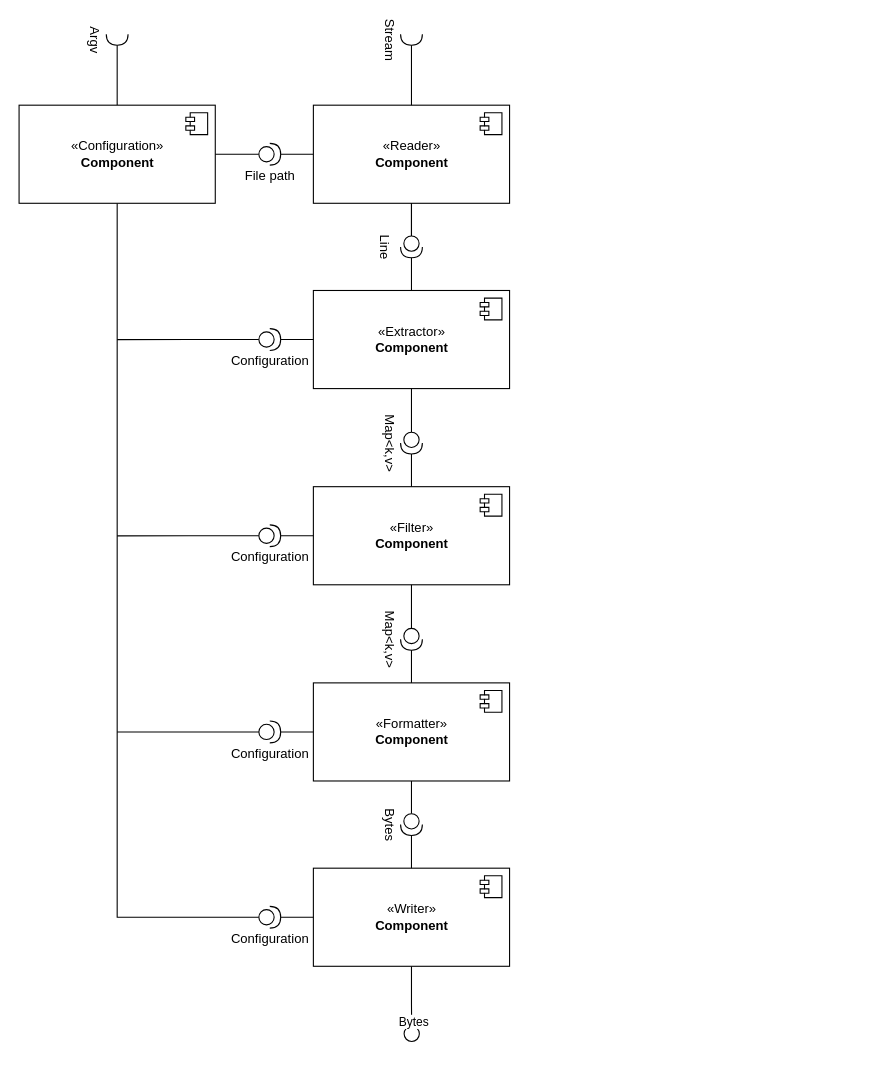
This is mayd.drawio from mechagear/mg, a draw.io file, before an edit. Source tidied: cells renumbered, new cells numbered last; positions are measured from the earlier drawing's top-left corner, leaving out a move shared by most shapes. Both pictures are drawn from the tidied source at 109%, with x=0, y=0 at pixel (19, 28).
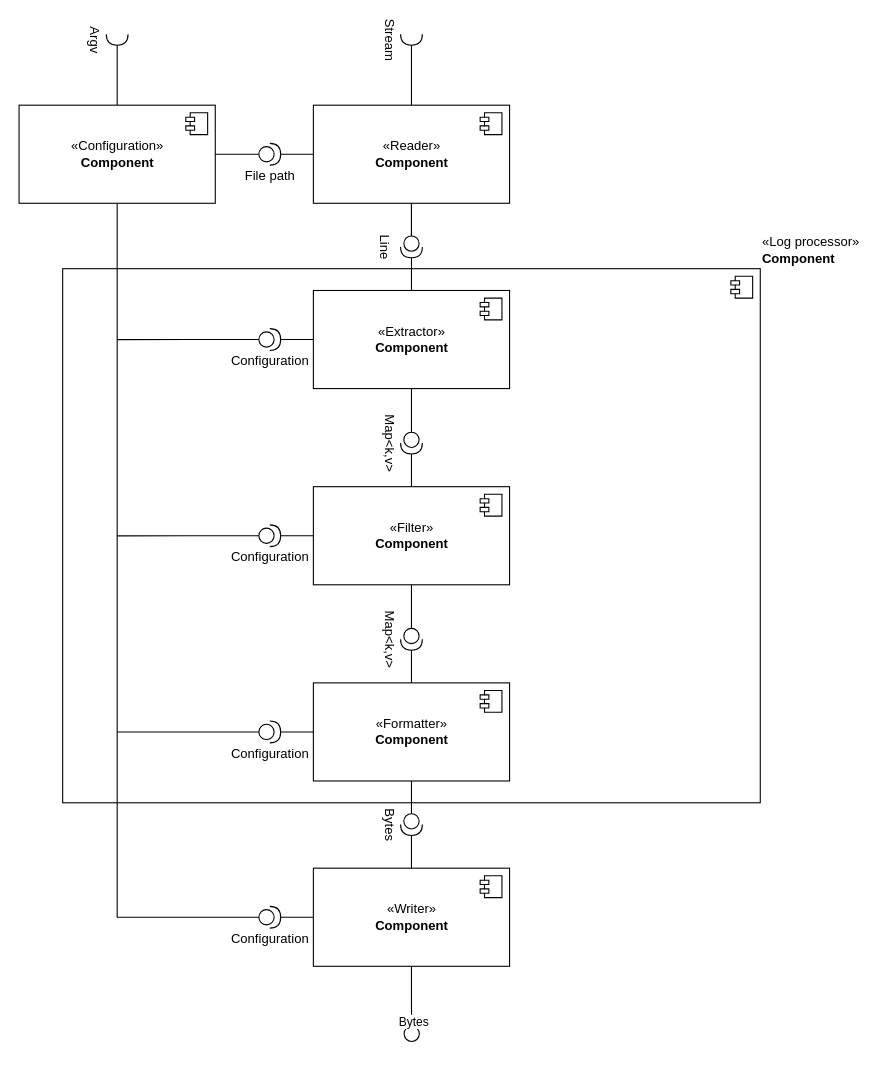
Above is the later version.

Diff of the diagram source:
```diff
@@
+    <mxCell id="48" value="«Log processor»&lt;br&gt;&lt;b&gt;Component&lt;/b&gt;" style="html=1;align=left;verticalAlign=bottom;labelPosition=right;verticalLabelPosition=top;glass=0;" parent="1" vertex="1">
+      <mxGeometry x="40" y="220" width="640" height="490" as="geometry" />
+    </mxCell>
+    <mxCell id="49" style="shape=module;jettyWidth=8;jettyHeight=4;" parent="48" vertex="1">
+      <mxGeometry x="1" width="20" height="20" relative="1" as="geometry">
+        <mxPoint x="-27" y="7" as="offset" />
+      </mxGeometry>
+    </mxCell>
```
